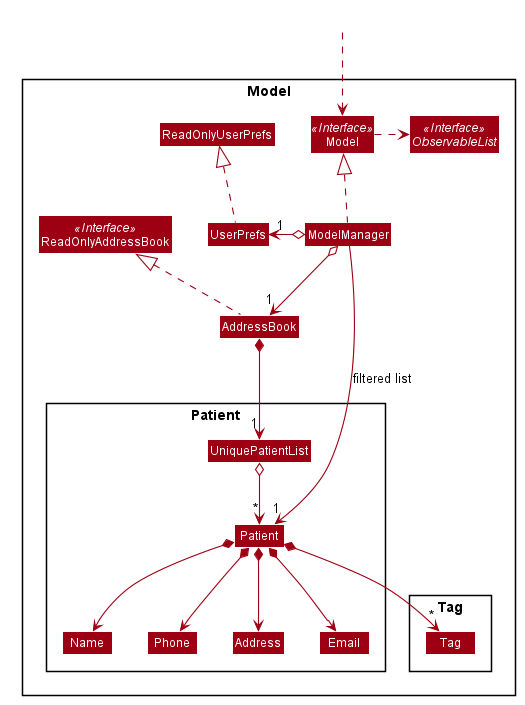
Before: docs/images/ModelClassDiagram.png, a diagram exported from PlantUML (yeohhq/tp). The source it was exported from:
```plantuml
@startuml








skinparam BackgroundColor #FFFFFFF

skinparam Shadowing false

skinparam Class {
    FontColor #FFFFFF
    BorderThickness 1
    BorderColor #FFFFFF
    StereotypeFontColor #FFFFFF
    FontName Arial
}

skinparam Actor {
    BorderColor #000000
    Color #000000
    FontName Arial
}

skinparam Sequence {
    MessageAlign center
    BoxFontSize 15
    BoxPadding 0
    BoxFontColor #FFFFFF
    FontName Arial
}

skinparam Participant {
    FontColor #FFFFFFF
    Padding 20
}

skinparam MinClassWidth 50
skinparam ParticipantPadding 10
skinparam Shadowing false
skinparam DefaultTextAlignment center
skinparam packageStyle Rectangle

hide footbox
hide members
hide circle
skinparam arrowThickness 1.1
skinparam arrowColor #9D0012
skinparam classBackgroundColor #9D0012

Package Model <<Rectangle>>{
Interface ReadOnlyAddressBook <<Interface>>
Interface Model <<Interface>>
Interface ObservableList <<Interface>>
Class AddressBook
Class ReadOnlyAddressBook
Class Model
Class ModelManager
Class UserPrefs
Class ReadOnlyUserPrefs

Package Patient {
Class Patient
Class Address
Class Email
Class Name
Class Phone
Class UniquePatientList
}

Package Tag {
Class Tag
}
}

Class HiddenOutside #FFFFFF
HiddenOutside ..> Model

AddressBook .up.|> ReadOnlyAddressBook

ModelManager .up.|> Model
Model .right.> ObservableList
ModelManager o--> "1" AddressBook
ModelManager o-left-> "1" UserPrefs
UserPrefs .up.|> ReadOnlyUserPrefs

AddressBook *--> "1" UniquePatientList
UniquePatientList o--> "*" Patient
Patient *--> Name
Patient *--> Phone
Patient *--> Email
Patient *--> Address
Patient *--> "*" Tag

Name -[hidden]right-> Phone
Phone -[hidden]right-> Address
Address -[hidden]right-> Email

ModelManager -->"1" Patient : filtered list
@enduml
```
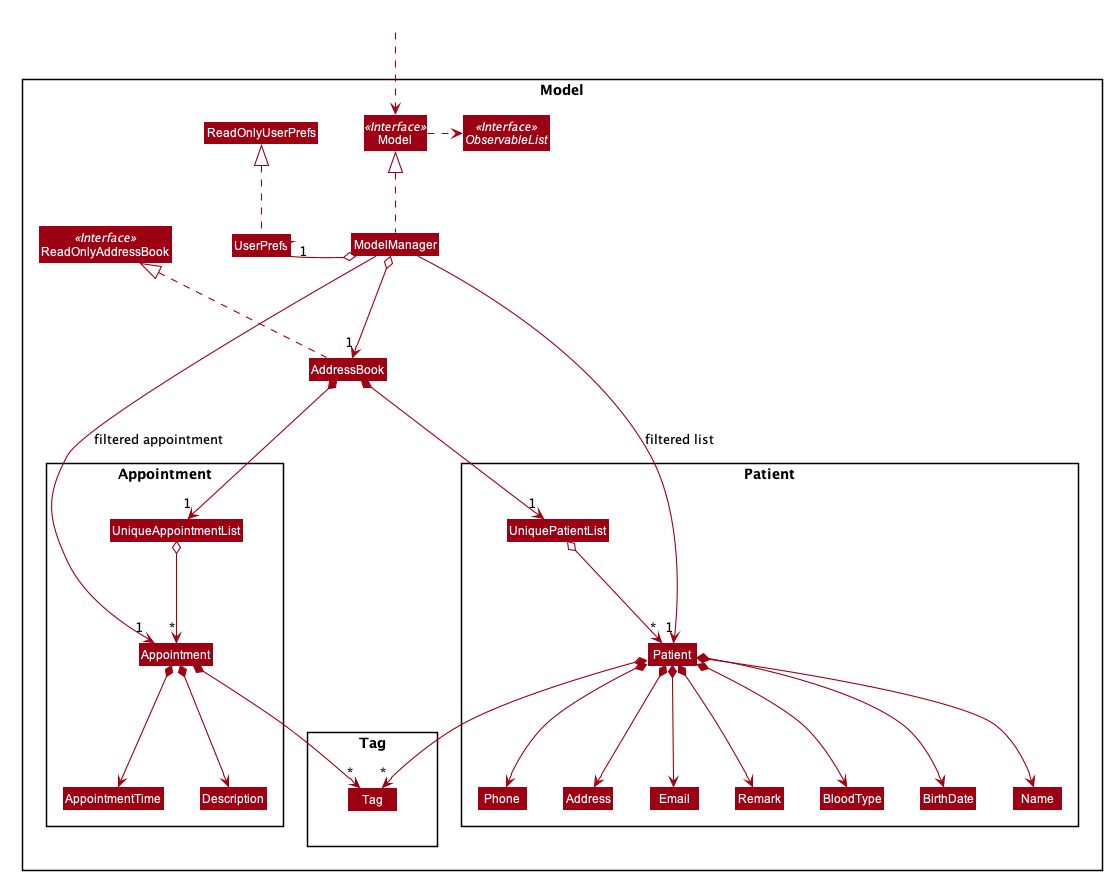
The same file after the commit.

The edit, as a diff of the source:
```diff
@@ -69,12 +69,27 @@
 Class Name
 Class Phone
 Class UniquePatientList
+Class Remark
+Class BloodType
+Class BirthDate
+
 }
 
 Package Tag {
 Class Tag
 }
+
+Package Appointment {
+Class UniqueAppointmentList
+Class Appointment
+Class AppointmentTime
+Class Description
+Class AppointmentTime
+
 }
+}
+
+
 
 Class HiddenOutside #FFFFFF
 HiddenOutside ..> Model
@@ -88,16 +103,30 @@
 UserPrefs .up.|> ReadOnlyUserPrefs
 
 AddressBook *--> "1" UniquePatientList
+AddressBook *--> "1" UniqueAppointmentList
+
+UniqueAppointmentList o--> "*" Appointment
 UniquePatientList o--> "*" Patient
+
+Appointment *--> Description
+Appointment *--> AppointmentTime
+Appointment *--> "*" Tag
+
 Patient *--> Name
+Patient *--> Remark
 Patient *--> Phone
 Patient *--> Email
 Patient *--> Address
 Patient *--> "*" Tag
+Patient *--> BirthDate
+Patient *--> BloodType
+
 
 Name -[hidden]right-> Phone
 Phone -[hidden]right-> Address
 Address -[hidden]right-> Email
 
+ModelManager -->"1" Appointment : filtered appointment
 ModelManager -->"1" Patient : filtered list
+
 @enduml
```
